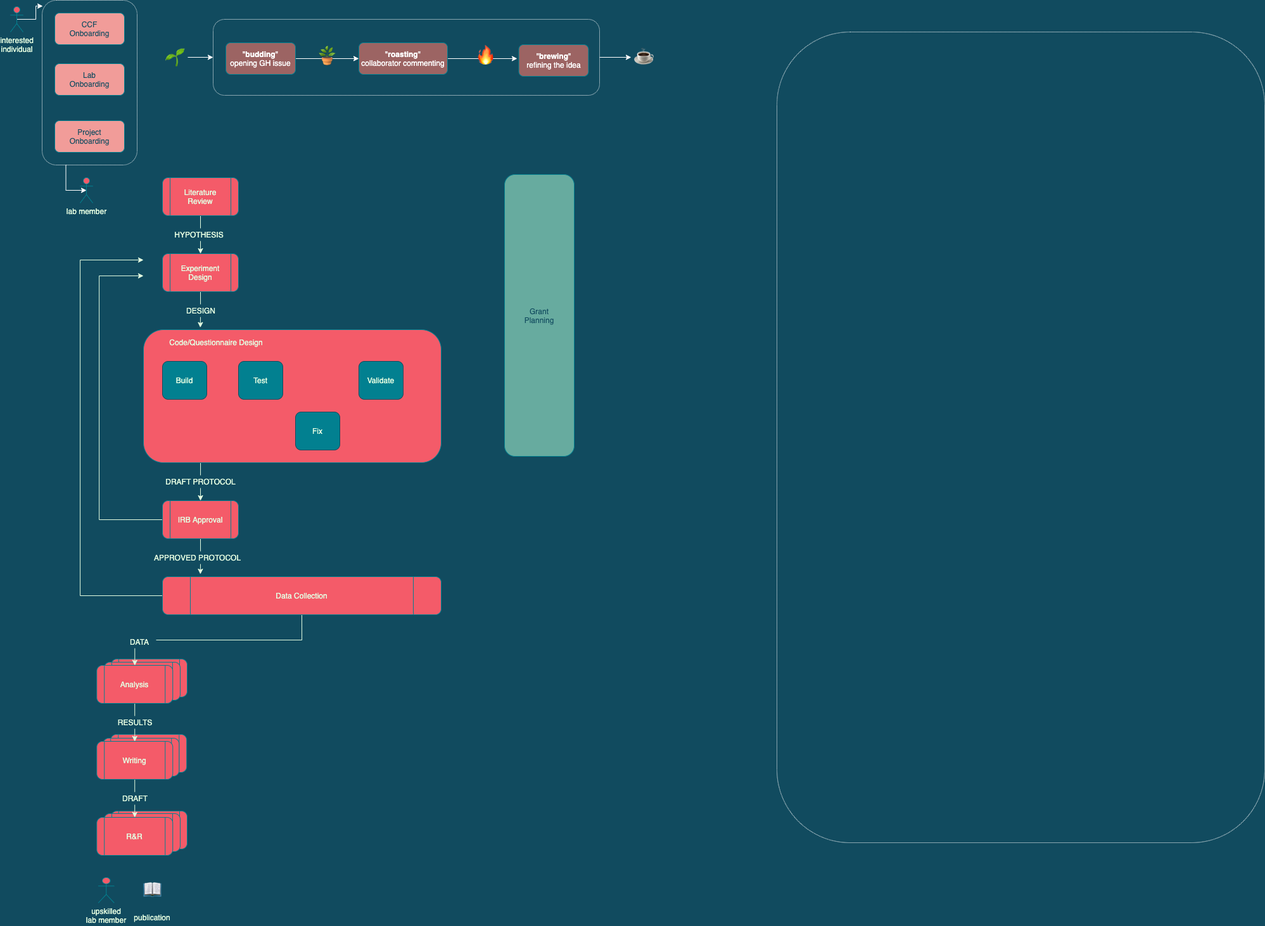
Earlier version of the draw.io export Untitled Diagram.png (jessb0t/marathons). Source tidied: cells renumbered, new cells last; positions are measured from the earlier drawing's top-left corner, leaving out a move shared by most shapes.
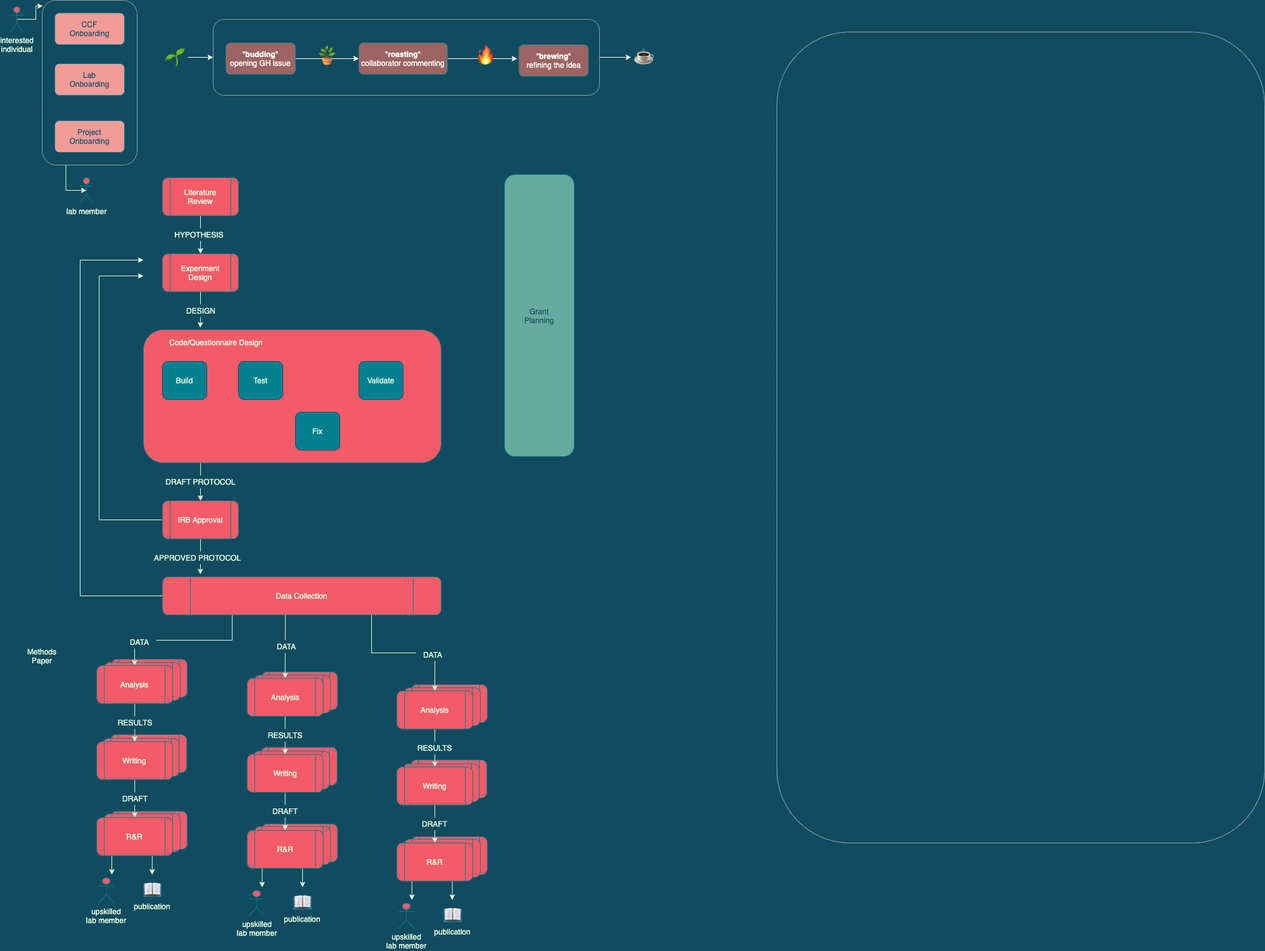
The same file after the commit.

Diff of the diagram source:
```diff
@@ -58,7 +58,13 @@
       </mxGeometry>
     </mxCell>
     <mxCell id="17" style="edgeStyle=orthogonalEdgeStyle;rounded=0;jettySize=auto;html=1;exitX=0.5;exitY=1;exitDx=0;exitDy=0;fontSize=12;fontColor=#E4FDE1;strokeColor=#E4FDE1;" parent="1" edge="1" source="18" target="20">
-      <mxGeometry relative="1" as="geometry" />
+      <mxGeometry relative="1" as="geometry">
+        <Array as="points">
+          <mxPoint x="350" y="970" />
+          <mxPoint x="350" y="1010" />
+          <mxPoint x="196" y="1010" />
+        </Array>
+      </mxGeometry>
     </mxCell>
     <mxCell id="18" value="Data Collection" style="shape=process;whiteSpace=wrap;html=1;backgroundOutline=1;rounded=1;sketch=0;fontColor=#E4FDE1;strokeColor=#028090;fillColor=#F45B69;shadow=0;" parent="1" vertex="1">
       <mxGeometry x="240" y="910" width="440" height="60" as="geometry" />
@@ -75,6 +81,15 @@
     <mxCell id="22" value="Writing" style="shape=process;whiteSpace=wrap;html=1;backgroundOutline=1;rounded=1;sketch=0;fontColor=#E4FDE1;strokeColor=#028090;fillColor=#F45B69;shadow=0;" parent="1" vertex="1">
       <mxGeometry x="136.2" y="1170" width="120" height="60" as="geometry" />
     </mxCell>
+    <mxCell id="61" style="edgeStyle=orthogonalEdgeStyle;rounded=0;orthogonalLoop=1;jettySize=auto;html=1;exitX=0.25;exitY=1;exitDx=0;exitDy=0;fontSize=12;fontColor=#E4FDE1;strokeColor=#E4FDE1;" parent="1" edge="1">
+      <mxGeometry relative="1" as="geometry">
+        <mxPoint x="176.2" y="1350" as="sourcePoint" />
+        <mxPoint x="160" y="1380" as="targetPoint" />
+      </mxGeometry>
+    </mxCell>
+    <mxCell id="62" style="edgeStyle=orthogonalEdgeStyle;rounded=0;jettySize=auto;html=1;exitX=0.75;exitY=1;exitDx=0;exitDy=0;entryX=0.5;entryY=0;entryDx=0;entryDy=0;fontSize=12;fontColor=#E4FDE1;strokeColor=#E4FDE1;" parent="1" edge="1" source="23" target="50">
+      <mxGeometry relative="1" as="geometry" />
+    </mxCell>
     <mxCell id="23" value="R&amp;amp;R" style="shape=process;whiteSpace=wrap;html=1;backgroundOutline=1;rounded=1;sketch=0;fontColor=#E4FDE1;strokeColor=#028090;fillColor=#F45B69;shadow=0;" parent="1" vertex="1">
       <mxGeometry x="136.2" y="1290" width="120" height="60" as="geometry" />
     </mxCell>
@@ -108,7 +123,7 @@
     <mxCell id="33" value="lab member" style="shape=umlActor;verticalLabelPosition=bottom;verticalAlign=top;html=1;outlineConnect=0;rounded=0;shadow=0;sketch=0;fontColor=#E4FDE1;strokeColor=#028090;fillColor=#F45B69;" parent="1" vertex="1">
       <mxGeometry x="110" y="280" width="20" height="40" as="geometry" />
     </mxCell>
-    <mxCell id="34" style="edgeStyle=orthogonalEdgeStyle;rounded=0;jettySize=auto;html=1;exitX=0.5;exitY=0.5;exitDx=0;exitDy=0;exitPerimeter=0;entryX=0.007;entryY=0.035;entryDx=0;entryDy=0;entryPerimeter=0;fontSize=31;fontColor=#294540;strokeColor=#FFFFFF;" parent="1" edge="1" source="35" target="46">
+    <mxCell id="34" style="edgeStyle=orthogonalEdgeStyle;rounded=0;jettySize=auto;html=1;exitX=0.5;exitY=0.5;exitDx=0;exitDy=0;exitPerimeter=0;entryX=0.007;entryY=0.035;entryDx=0;entryDy=0;entryPerimeter=0;fontSize=31;fontColor=#294540;strokeColor=#E4FDE1;" parent="1" edge="1" source="35" target="46">
       <mxGeometry relative="1" as="geometry" />
     </mxCell>
     <mxCell id="35" value="interested&lt;br&gt;individual" style="shape=umlActor;verticalLabelPosition=bottom;verticalAlign=top;html=1;outlineConnect=0;rounded=0;shadow=0;sketch=0;fontColor=#E4FDE1;strokeColor=#028090;fillColor=#F45B69;" parent="1" vertex="1">
@@ -143,7 +158,7 @@
     <mxCell id="44" value="&lt;font color=&quot;#114b5f&quot;&gt;Grant&lt;br&gt;Planning&lt;/font&gt;" style="rounded=1;whiteSpace=wrap;html=1;sketch=0;fontColor=#E4FDE1;strokeColor=#028090;gradientColor=none;fillColor=#67AB9F;" parent="1" vertex="1">
       <mxGeometry x="780" y="275" width="110" height="445" as="geometry" />
     </mxCell>
-    <mxCell id="45" style="edgeStyle=orthogonalEdgeStyle;rounded=0;jettySize=auto;html=1;exitX=0.25;exitY=1;exitDx=0;exitDy=0;entryX=0.5;entryY=0.5;entryDx=0;entryDy=0;entryPerimeter=0;fontSize=31;fontColor=#294540;strokeColor=#FFFFFF;" parent="1" edge="1" source="46" target="33">
+    <mxCell id="45" style="edgeStyle=orthogonalEdgeStyle;rounded=0;jettySize=auto;html=1;exitX=0.25;exitY=1;exitDx=0;exitDy=0;entryX=0.5;entryY=0.5;entryDx=0;entryDy=0;entryPerimeter=0;fontSize=31;fontColor=#294540;strokeColor=#E4FDE1;" parent="1" edge="1" source="46" target="33">
       <mxGeometry relative="1" as="geometry">
         <Array as="points">
           <mxPoint x="88" y="300" />
@@ -162,7 +177,7 @@
     <mxCell id="49" value="🪴" style="text;whiteSpace=wrap;html=1;fontSize=31;align=center;" parent="1" vertex="1">
       <mxGeometry x="470" y="63" width="60" height="50" as="geometry" />
     </mxCell>
-    <mxCell id="50" value="📖&lt;br&gt;&lt;font style=&quot;font-size: 12px&quot; color=&quot;#e4fde1&quot;&gt;publication&lt;/font&gt;" style="text;whiteSpace=wrap;html=1;fontSize=31;fontColor=#294540;align=center;" parent="1" vertex="1">
+    <mxCell id="50" value="📖&lt;br&gt;" style="text;whiteSpace=wrap;html=1;fontSize=31;fontColor=#294540;align=center;" parent="1" vertex="1">
       <mxGeometry x="193.8" y="1380" width="60" height="50" as="geometry" />
     </mxCell>
     <mxCell id="51" style="edgeStyle=orthogonalEdgeStyle;rounded=0;jettySize=auto;html=1;exitX=0;exitY=0.5;exitDx=0;exitDy=0;fontSize=31;fontColor=#294540;strokeColor=#E4FDE1;" parent="1" edge="1" source="53">
@@ -201,5 +216,142 @@
     <mxCell id="60" value="DRAFT" style="text;html=1;strokeColor=none;align=center;verticalAlign=middle;whiteSpace=wrap;rounded=0;shadow=0;dashed=1;dashPattern=1 1;fontSize=12;fontColor=#E4FDE1;fillColor=#114B5F;" parent="1" vertex="1">
       <mxGeometry x="162.5" y="1250" width="67.5" height="20" as="geometry" />
     </mxCell>
+    <mxCell id="63" value="publication" style="text;html=1;strokeColor=none;fillColor=none;align=center;verticalAlign=middle;whiteSpace=wrap;rounded=0;shadow=0;dashed=1;dashPattern=1 1;fontSize=12;fontColor=#E4FDE1;" parent="1" vertex="1">
+      <mxGeometry x="203.8" y="1420" width="40" height="20" as="geometry" />
+    </mxCell>
+    <mxCell id="64" value="R&amp;amp;R" style="shape=process;whiteSpace=wrap;html=1;backgroundOutline=1;rounded=1;sketch=0;fontColor=#E4FDE1;strokeColor=#028090;fillColor=#F45B69;shadow=0;" parent="1" vertex="1">
+      <mxGeometry x="632.8" y="1320" width="120" height="60" as="geometry" />
+    </mxCell>
+    <mxCell id="65" value="R&amp;amp;R" style="shape=process;whiteSpace=wrap;html=1;backgroundOutline=1;rounded=1;sketch=0;fontColor=#E4FDE1;strokeColor=#028090;fillColor=#F45B69;shadow=0;" parent="1" vertex="1">
+      <mxGeometry x="621.8" y="1324" width="120" height="60" as="geometry" />
+    </mxCell>
+    <mxCell id="66" value="Writing" style="shape=process;whiteSpace=wrap;html=1;backgroundOutline=1;rounded=1;sketch=0;fontColor=#E4FDE1;strokeColor=#028090;fillColor=#F45B69;shadow=0;" parent="1" vertex="1">
+      <mxGeometry x="632" y="1199" width="120" height="60" as="geometry" />
+    </mxCell>
+    <mxCell id="67" value="Writing" style="shape=process;whiteSpace=wrap;html=1;backgroundOutline=1;rounded=1;sketch=0;fontColor=#E4FDE1;strokeColor=#028090;fillColor=#F45B69;shadow=0;" parent="1" vertex="1">
+      <mxGeometry x="620" y="1205" width="120" height="60" as="geometry" />
+    </mxCell>
+    <mxCell id="68" value="Analysis" style="shape=process;whiteSpace=wrap;html=1;backgroundOutline=1;rounded=1;sketch=0;fontColor=#E4FDE1;strokeColor=#028090;fillColor=#F45B69;shadow=0;" parent="1" vertex="1">
+      <mxGeometry x="632.8" y="1080" width="120" height="60" as="geometry" />
+    </mxCell>
+    <mxCell id="69" value="Analysis" style="shape=process;whiteSpace=wrap;html=1;backgroundOutline=1;rounded=1;sketch=0;fontColor=#E4FDE1;strokeColor=#028090;fillColor=#F45B69;shadow=0;" parent="1" vertex="1">
+      <mxGeometry x="621.8" y="1085" width="120" height="60" as="geometry" />
+    </mxCell>
+    <mxCell id="70" style="edgeStyle=orthogonalEdgeStyle;rounded=0;jettySize=auto;html=1;exitX=0.5;exitY=1;exitDx=0;exitDy=0;entryX=0.5;entryY=0;entryDx=0;entryDy=0;fontSize=12;fontColor=#E4FDE1;strokeColor=#E4FDE1;" parent="1" edge="1" source="71" target="73">
+      <mxGeometry relative="1" as="geometry" />
+    </mxCell>
+    <mxCell id="71" value="Analysis" style="shape=process;whiteSpace=wrap;html=1;backgroundOutline=1;rounded=1;sketch=0;fontColor=#E4FDE1;strokeColor=#028090;fillColor=#F45B69;shadow=0;" parent="1" vertex="1">
+      <mxGeometry x="610" y="1090" width="120" height="60" as="geometry" />
+    </mxCell>
+    <mxCell id="72" style="edgeStyle=orthogonalEdgeStyle;rounded=0;jettySize=auto;html=1;exitX=0.5;exitY=1;exitDx=0;exitDy=0;entryX=0.5;entryY=0;entryDx=0;entryDy=0;fontSize=12;fontColor=#E4FDE1;strokeColor=#E4FDE1;" parent="1" edge="1" source="73" target="76">
+      <mxGeometry relative="1" as="geometry" />
+    </mxCell>
+    <mxCell id="73" value="Writing" style="shape=process;whiteSpace=wrap;html=1;backgroundOutline=1;rounded=1;sketch=0;fontColor=#E4FDE1;strokeColor=#028090;fillColor=#F45B69;shadow=0;" parent="1" vertex="1">
+      <mxGeometry x="610" y="1210" width="120" height="60" as="geometry" />
+    </mxCell>
+    <mxCell id="74" style="edgeStyle=orthogonalEdgeStyle;rounded=0;orthogonalLoop=1;jettySize=auto;html=1;exitX=0.25;exitY=1;exitDx=0;exitDy=0;fontSize=12;fontColor=#E4FDE1;strokeColor=#E4FDE1;" parent="1" edge="1">
+      <mxGeometry relative="1" as="geometry">
+        <mxPoint x="650" y="1390" as="sourcePoint" />
+        <mxPoint x="633.8" y="1420" as="targetPoint" />
+      </mxGeometry>
+    </mxCell>
+    <mxCell id="75" style="edgeStyle=orthogonalEdgeStyle;rounded=0;jettySize=auto;html=1;exitX=0.75;exitY=1;exitDx=0;exitDy=0;entryX=0.5;entryY=0;entryDx=0;entryDy=0;fontSize=12;fontColor=#E4FDE1;strokeColor=#E4FDE1;" parent="1" edge="1" source="76" target="78">
+      <mxGeometry relative="1" as="geometry" />
+    </mxCell>
+    <mxCell id="76" value="R&amp;amp;R" style="shape=process;whiteSpace=wrap;html=1;backgroundOutline=1;rounded=1;sketch=0;fontColor=#E4FDE1;strokeColor=#028090;fillColor=#F45B69;shadow=0;" parent="1" vertex="1">
+      <mxGeometry x="610" y="1330" width="120" height="60" as="geometry" />
+    </mxCell>
+    <mxCell id="77" value="upskilled&lt;br&gt;lab member" style="shape=umlActor;verticalLabelPosition=bottom;verticalAlign=top;html=1;rounded=0;shadow=0;sketch=0;fontColor=#E4FDE1;strokeColor=#028090;fillColor=#F45B69;" parent="1" vertex="1">
+      <mxGeometry x="612.5" y="1425" width="25" height="40" as="geometry" />
+    </mxCell>
+    <mxCell id="78" value="📖&lt;br&gt;" style="text;whiteSpace=wrap;html=1;fontSize=31;fontColor=#294540;align=center;" parent="1" vertex="1">
+      <mxGeometry x="667.5" y="1420" width="60" height="50" as="geometry" />
+    </mxCell>
+    <mxCell id="79" value="RESULTS" style="text;html=1;strokeColor=none;align=center;verticalAlign=middle;whiteSpace=wrap;rounded=0;shadow=0;dashed=1;dashPattern=1 1;fontSize=12;fontColor=#E4FDE1;fillColor=#114B5F;" parent="1" vertex="1">
+      <mxGeometry x="636.2" y="1170" width="67.5" height="20" as="geometry" />
+    </mxCell>
+    <mxCell id="80" value="DRAFT" style="text;html=1;strokeColor=none;align=center;verticalAlign=middle;whiteSpace=wrap;rounded=0;shadow=0;dashed=1;dashPattern=1 1;fontSize=12;fontColor=#E4FDE1;fillColor=#114B5F;" parent="1" vertex="1">
+      <mxGeometry x="636.2" y="1290" width="67.5" height="20" as="geometry" />
+    </mxCell>
+    <mxCell id="81" value="publication" style="text;html=1;strokeColor=none;fillColor=none;align=center;verticalAlign=middle;whiteSpace=wrap;rounded=0;shadow=0;dashed=1;dashPattern=1 1;fontSize=12;fontColor=#E4FDE1;" parent="1" vertex="1">
+      <mxGeometry x="677.5" y="1460" width="40" height="20" as="geometry" />
+    </mxCell>
+    <mxCell id="82" value="R&amp;amp;R" style="shape=process;whiteSpace=wrap;html=1;backgroundOutline=1;rounded=1;sketch=0;fontColor=#E4FDE1;strokeColor=#028090;fillColor=#F45B69;shadow=0;" parent="1" vertex="1">
+      <mxGeometry x="396.4" y="1300" width="120" height="60" as="geometry" />
+    </mxCell>
+    <mxCell id="83" value="R&amp;amp;R" style="shape=process;whiteSpace=wrap;html=1;backgroundOutline=1;rounded=1;sketch=0;fontColor=#E4FDE1;strokeColor=#028090;fillColor=#F45B69;shadow=0;" parent="1" vertex="1">
+      <mxGeometry x="385.4" y="1304" width="120" height="60" as="geometry" />
+    </mxCell>
+    <mxCell id="84" value="Writing" style="shape=process;whiteSpace=wrap;html=1;backgroundOutline=1;rounded=1;sketch=0;fontColor=#E4FDE1;strokeColor=#028090;fillColor=#F45B69;shadow=0;" parent="1" vertex="1">
+      <mxGeometry x="395.6" y="1179" width="120" height="60" as="geometry" />
+    </mxCell>
+    <mxCell id="85" value="Writing" style="shape=process;whiteSpace=wrap;html=1;backgroundOutline=1;rounded=1;sketch=0;fontColor=#E4FDE1;strokeColor=#028090;fillColor=#F45B69;shadow=0;" parent="1" vertex="1">
+      <mxGeometry x="383.6" y="1185" width="120" height="60" as="geometry" />
+    </mxCell>
+    <mxCell id="86" value="Analysis" style="shape=process;whiteSpace=wrap;html=1;backgroundOutline=1;rounded=1;sketch=0;fontColor=#E4FDE1;strokeColor=#028090;fillColor=#F45B69;shadow=0;" parent="1" vertex="1">
+      <mxGeometry x="396.4" y="1060" width="120" height="60" as="geometry" />
+    </mxCell>
+    <mxCell id="87" value="Analysis" style="shape=process;whiteSpace=wrap;html=1;backgroundOutline=1;rounded=1;sketch=0;fontColor=#E4FDE1;strokeColor=#028090;fillColor=#F45B69;shadow=0;" parent="1" vertex="1">
+      <mxGeometry x="385.4" y="1065" width="120" height="60" as="geometry" />
+    </mxCell>
+    <mxCell id="88" style="edgeStyle=orthogonalEdgeStyle;rounded=0;jettySize=auto;html=1;exitX=0.5;exitY=1;exitDx=0;exitDy=0;entryX=0.5;entryY=0;entryDx=0;entryDy=0;fontSize=12;fontColor=#E4FDE1;strokeColor=#E4FDE1;" parent="1" edge="1" source="89" target="91">
+      <mxGeometry relative="1" as="geometry" />
+    </mxCell>
+    <mxCell id="89" value="Analysis" style="shape=process;whiteSpace=wrap;html=1;backgroundOutline=1;rounded=1;sketch=0;fontColor=#E4FDE1;strokeColor=#028090;fillColor=#F45B69;shadow=0;" parent="1" vertex="1">
+      <mxGeometry x="373.6" y="1070" width="120" height="60" as="geometry" />
+    </mxCell>
+    <mxCell id="90" style="edgeStyle=orthogonalEdgeStyle;rounded=0;jettySize=auto;html=1;exitX=0.5;exitY=1;exitDx=0;exitDy=0;entryX=0.5;entryY=0;entryDx=0;entryDy=0;fontSize=12;fontColor=#E4FDE1;strokeColor=#E4FDE1;" parent="1" edge="1" source="91" target="94">
+      <mxGeometry relative="1" as="geometry" />
+    </mxCell>
+    <mxCell id="91" value="Writing" style="shape=process;whiteSpace=wrap;html=1;backgroundOutline=1;rounded=1;sketch=0;fontColor=#E4FDE1;strokeColor=#028090;fillColor=#F45B69;shadow=0;" parent="1" vertex="1">
+      <mxGeometry x="373.6" y="1190" width="120" height="60" as="geometry" />
+    </mxCell>
+    <mxCell id="92" style="edgeStyle=orthogonalEdgeStyle;rounded=0;orthogonalLoop=1;jettySize=auto;html=1;exitX=0.25;exitY=1;exitDx=0;exitDy=0;fontSize=12;fontColor=#E4FDE1;strokeColor=#E4FDE1;" parent="1" edge="1">
+      <mxGeometry relative="1" as="geometry">
+        <mxPoint x="413.6" y="1370" as="sourcePoint" />
+        <mxPoint x="397.4" y="1400" as="targetPoint" />
+      </mxGeometry>
+    </mxCell>
+    <mxCell id="93" style="edgeStyle=orthogonalEdgeStyle;rounded=0;jettySize=auto;html=1;exitX=0.75;exitY=1;exitDx=0;exitDy=0;entryX=0.5;entryY=0;entryDx=0;entryDy=0;fontSize=12;fontColor=#E4FDE1;strokeColor=#E4FDE1;" parent="1" edge="1" source="94" target="96">
+      <mxGeometry relative="1" as="geometry" />
+    </mxCell>
+    <mxCell id="94" value="R&amp;amp;R" style="shape=process;whiteSpace=wrap;html=1;backgroundOutline=1;rounded=1;sketch=0;fontColor=#E4FDE1;strokeColor=#028090;fillColor=#F45B69;shadow=0;" parent="1" vertex="1">
+      <mxGeometry x="373.6" y="1310" width="120" height="60" as="geometry" />
+    </mxCell>
+    <mxCell id="95" value="upskilled&lt;br&gt;lab member" style="shape=umlActor;verticalLabelPosition=bottom;verticalAlign=top;html=1;rounded=0;shadow=0;sketch=0;fontColor=#E4FDE1;strokeColor=#028090;fillColor=#F45B69;" parent="1" vertex="1">
+      <mxGeometry x="376.1" y="1405" width="25" height="40" as="geometry" />
+    </mxCell>
+    <mxCell id="96" value="📖&lt;br&gt;" style="text;whiteSpace=wrap;html=1;fontSize=31;fontColor=#294540;align=center;" parent="1" vertex="1">
+      <mxGeometry x="431.1" y="1400" width="60" height="50" as="geometry" />
+    </mxCell>
+    <mxCell id="97" value="RESULTS" style="text;html=1;strokeColor=none;align=center;verticalAlign=middle;whiteSpace=wrap;rounded=0;shadow=0;dashed=1;dashPattern=1 1;fontSize=12;fontColor=#E4FDE1;fillColor=#114B5F;" parent="1" vertex="1">
+      <mxGeometry x="399.9" y="1150" width="67.5" height="20" as="geometry" />
+    </mxCell>
+    <mxCell id="98" value="DRAFT" style="text;html=1;strokeColor=none;align=center;verticalAlign=middle;whiteSpace=wrap;rounded=0;shadow=0;dashed=1;dashPattern=1 1;fontSize=12;fontColor=#E4FDE1;fillColor=#114B5F;" parent="1" vertex="1">
+      <mxGeometry x="399.9" y="1270" width="67.5" height="20" as="geometry" />
+    </mxCell>
+    <mxCell id="99" value="publication" style="text;html=1;strokeColor=none;fillColor=none;align=center;verticalAlign=middle;whiteSpace=wrap;rounded=0;shadow=0;dashed=1;dashPattern=1 1;fontSize=12;fontColor=#E4FDE1;" parent="1" vertex="1">
+      <mxGeometry x="441.1" y="1440" width="40" height="20" as="geometry" />
+    </mxCell>
+    <mxCell id="100" style="edgeStyle=orthogonalEdgeStyle;rounded=0;jettySize=auto;html=1;entryX=0.5;entryY=0;entryDx=0;entryDy=0;fontSize=12;fontColor=#E4FDE1;strokeColor=#E4FDE1;" parent="1" edge="1" target="89">
+      <mxGeometry relative="1" as="geometry">
+        <mxPoint x="434" y="970" as="sourcePoint" />
+        <Array as="points">
+          <mxPoint x="434" y="970" />
+        </Array>
+      </mxGeometry>
+    </mxCell>
+    <mxCell id="101" value="DATA" style="text;html=1;strokeColor=none;align=center;verticalAlign=middle;whiteSpace=wrap;rounded=0;shadow=0;dashed=1;dashPattern=1 1;fontSize=12;fontColor=#E4FDE1;fillColor=#114B5F;" parent="1" vertex="1">
+      <mxGeometry x="409.2" y="1010" width="53.5" height="20" as="geometry" />
+    </mxCell>
+    <mxCell id="102" style="edgeStyle=orthogonalEdgeStyle;rounded=0;jettySize=auto;html=1;exitX=0.75;exitY=1;exitDx=0;exitDy=0;entryX=0.5;entryY=0;entryDx=0;entryDy=0;fontSize=12;fontColor=#E4FDE1;strokeColor=#E4FDE1;" parent="1" edge="1" source="18" target="71">
+      <mxGeometry relative="1" as="geometry" />
+    </mxCell>
+    <mxCell id="103" value="DATA" style="text;html=1;strokeColor=none;align=center;verticalAlign=middle;whiteSpace=wrap;rounded=0;shadow=0;dashed=1;dashPattern=1 1;fontSize=12;fontColor=#E4FDE1;fillColor=#114B5F;" parent="1" vertex="1">
+      <mxGeometry x="640.2" y="1023" width="53.5" height="20" as="geometry" />
+    </mxCell>
+    <mxCell id="104" value="Methods Paper" style="text;html=1;strokeColor=none;fillColor=none;align=center;verticalAlign=middle;whiteSpace=wrap;rounded=0;shadow=0;dashed=1;dashPattern=1 1;fontSize=12;fontColor=#E4FDE1;direction=east;" parent="1" vertex="1">
+      <mxGeometry x="30" y="1025" width="40" height="20" as="geometry" />
+    </mxCell>
   </root>
 </mxGraphModel>
```
